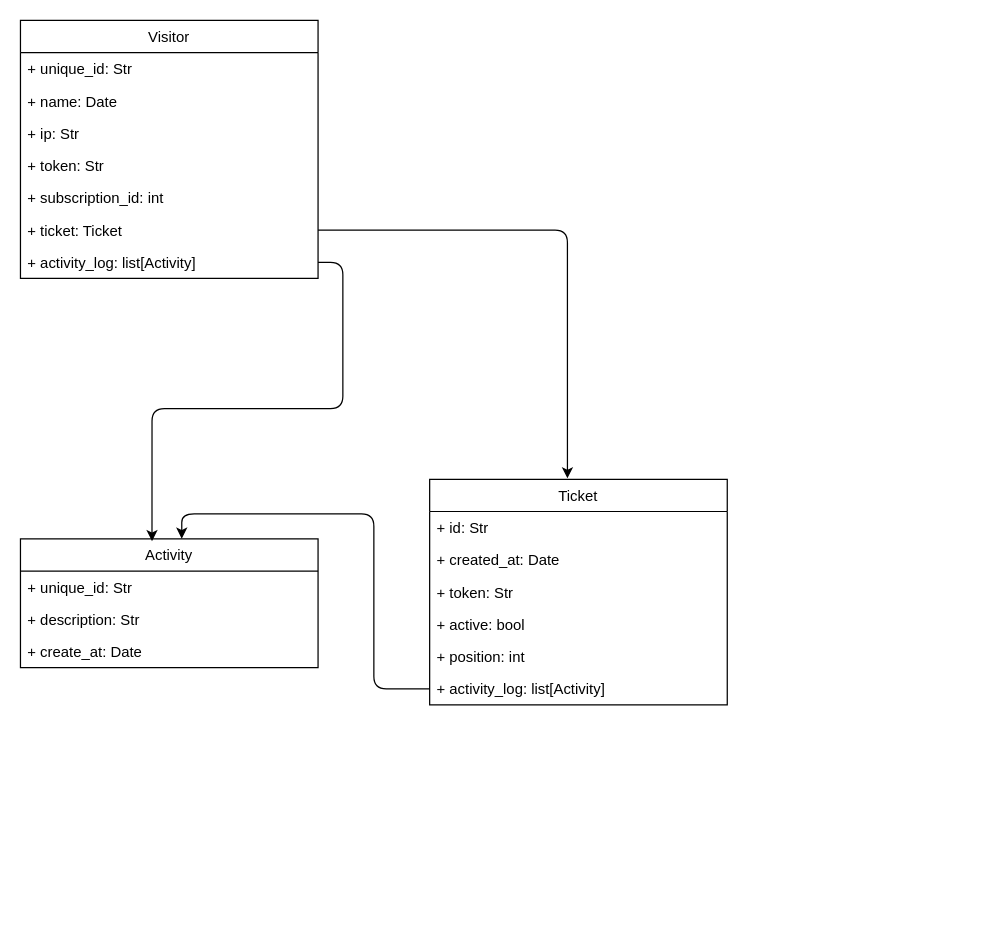
This is page "model: Visitor" (6 of 6) of docs/main.drawio from itay-bardugo/knocqueue, a draw.io file, before an edit. Source tidied: cells renumbered, new cells numbered last; positions are measured from the earlier drawing's top-left corner, leaving out a move shared by most shapes. Both pictures are drawn from the tidied source at 124%, with x=0, y=0 at pixel (20, 20).
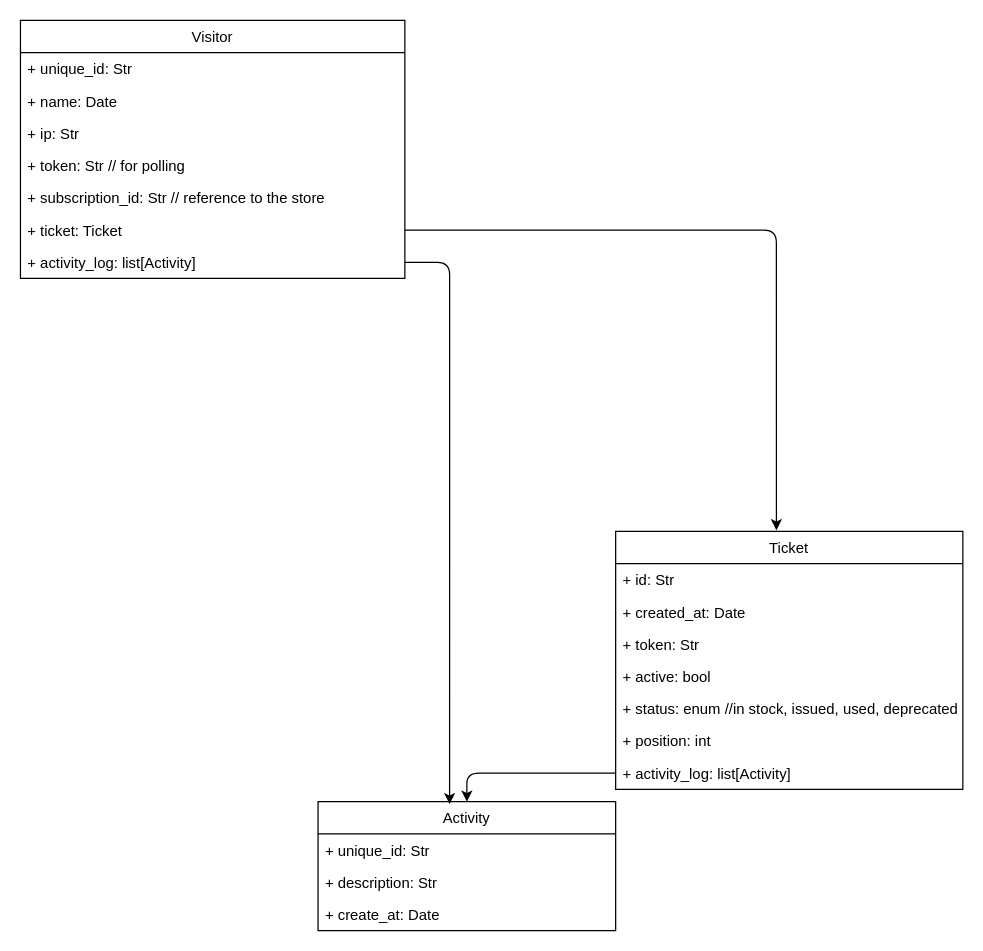
Above is the later version.

Change to the diagram source:
```diff
@@
     <mxCell id="2" value="Ticket" style="swimlane;fontStyle=0;horizontal=1;startSize=26;fillColor=none;" parent="1" vertex="1">
-      <mxGeometry x="330" y="370" width="240" height="182" as="geometry" />
+      <mxGeometry x="480" y="412" width="280" height="208" as="geometry" />
     </mxCell>
     <mxCell id="3" value="+ id: Str" style="text;strokeColor=none;fillColor=none;align=left;verticalAlign=top;spacingLeft=4;spacingRight=4;overflow=hidden;" parent="2" vertex="1">
-      <mxGeometry y="26" width="240" height="26" as="geometry" />
+      <mxGeometry y="26" width="280" height="26" as="geometry" />
     </mxCell>
     <mxCell id="4" value="+ created_at: Date" style="text;strokeColor=none;fillColor=none;align=left;verticalAlign=top;spacingLeft=4;spacingRight=4;overflow=hidden;" parent="2" vertex="1">
-      <mxGeometry y="52" width="240" height="26" as="geometry" />
+      <mxGeometry y="52" width="280" height="26" as="geometry" />
     </mxCell>
     <mxCell id="5" value="+ token: Str" style="text;strokeColor=none;fillColor=none;align=left;verticalAlign=top;spacingLeft=4;spacingRight=4;overflow=hidden;" parent="2" vertex="1">
-      <mxGeometry y="78" width="240" height="26" as="geometry" />
+      <mxGeometry y="78" width="280" height="26" as="geometry" />
     </mxCell>
     <mxCell id="6" value="+ active: bool" style="text;strokeColor=none;fillColor=none;align=left;verticalAlign=top;spacingLeft=4;spacingRight=4;overflow=hidden;" parent="2" vertex="1">
-      <mxGeometry y="104" width="240" height="26" as="geometry" />
+      <mxGeometry y="104" width="280" height="26" as="geometry" />
     </mxCell>
+    <mxCell id="24" value="+ status: enum //in stock, issued, used, deprecated" style="text;strokeColor=none;fillColor=none;align=left;verticalAlign=top;spacingLeft=4;spacingRight=4;overflow=hidden;" parent="2" vertex="1">
+      <mxGeometry y="130" width="280" height="26" as="geometry" />
+    </mxCell>
     <mxCell id="7" value="+ position: int" style="text;strokeColor=none;fillColor=none;align=left;verticalAlign=top;spacingLeft=4;spacingRight=4;overflow=hidden;" parent="2" vertex="1">
-      <mxGeometry y="130" width="240" height="26" as="geometry" />
+      <mxGeometry y="156" width="280" height="26" as="geometry" />
     </mxCell>
     <mxCell id="8" value="+ activity_log: list[Activity]&#10;" style="text;strokeColor=none;fillColor=none;align=left;verticalAlign=top;spacingLeft=4;spacingRight=4;overflow=hidden;points=[[0,0.5],[1,0.5]];portConstraint=eastwest;" parent="2" vertex="1">
-      <mxGeometry y="156" width="240" height="26" as="geometry" />
+      <mxGeometry y="182" width="280" height="26" as="geometry" />
     </mxCell>
     <mxCell id="9" value="Activity" style="swimlane;fontStyle=0;horizontal=1;startSize=26;fillColor=none;" parent="1" vertex="1">
-      <mxGeometry y="418" width="240" height="104" as="geometry" />
+      <mxGeometry x="240" y="630" width="240" height="104" as="geometry" />
     </mxCell>
@@
     <mxCell id="14" value="Visitor" style="swimlane;fontStyle=0;horizontal=1;startSize=26;fillColor=none;" parent="1" vertex="1">
-      <mxGeometry width="240" height="208" as="geometry" />
+      <mxGeometry width="310" height="208" as="geometry" />
     </mxCell>
     <mxCell id="15" value="+ unique_id: Str" style="text;strokeColor=none;fillColor=none;align=left;verticalAlign=top;spacingLeft=4;spacingRight=4;overflow=hidden;" parent="14" vertex="1">
-      <mxGeometry y="26" width="240" height="26" as="geometry" />
+      <mxGeometry y="26" width="310" height="26" as="geometry" />
     </mxCell>
     <mxCell id="16" value="+ name: Date" style="text;strokeColor=none;fillColor=none;align=left;verticalAlign=top;spacingLeft=4;spacingRight=4;overflow=hidden;" parent="14" vertex="1">
-      <mxGeometry y="52" width="240" height="26" as="geometry" />
+      <mxGeometry y="52" width="310" height="26" as="geometry" />
     </mxCell>
     <mxCell id="17" value="+ ip: Str" style="text;strokeColor=none;fillColor=none;align=left;verticalAlign=top;spacingLeft=4;spacingRight=4;overflow=hidden;" parent="14" vertex="1">
-      <mxGeometry y="78" width="240" height="26" as="geometry" />
+      <mxGeometry y="78" width="310" height="26" as="geometry" />
     </mxCell>
-    <mxCell id="18" value="+ token: Str" style="text;strokeColor=none;fillColor=none;align=left;verticalAlign=top;spacingLeft=4;spacingRight=4;overflow=hidden;" parent="14" vertex="1">
-      <mxGeometry y="104" width="240" height="26" as="geometry" />
+    <mxCell id="18" value="+ token: Str // for polling" style="text;strokeColor=none;fillColor=none;align=left;verticalAlign=top;spacingLeft=4;spacingRight=4;overflow=hidden;" parent="14" vertex="1">
+      <mxGeometry y="104" width="310" height="26" as="geometry" />
     </mxCell>
-    <mxCell id="19" value="+ subscription_id: int" style="text;strokeColor=none;fillColor=none;align=left;verticalAlign=top;spacingLeft=4;spacingRight=4;overflow=hidden;" parent="14" vertex="1">
-      <mxGeometry y="130" width="240" height="26" as="geometry" />
+    <mxCell id="19" value="+ subscription_id: Str // reference to the store" style="text;strokeColor=none;fillColor=none;align=left;verticalAlign=top;spacingLeft=4;spacingRight=4;overflow=hidden;" parent="14" vertex="1">
+      <mxGeometry y="130" width="310" height="26" as="geometry" />
     </mxCell>
     <mxCell id="20" value="+ ticket: Ticket" style="text;strokeColor=none;fillColor=none;align=left;verticalAlign=top;spacingLeft=4;spacingRight=4;overflow=hidden;points=[[0,0.5],[1,0.5]];portConstraint=eastwest;" parent="14" vertex="1">
-      <mxGeometry y="156" width="240" height="26" as="geometry" />
+      <mxGeometry y="156" width="310" height="26" as="geometry" />
     </mxCell>
     <mxCell id="21" value="+ activity_log: list[Activity]&#10;" style="text;strokeColor=none;fillColor=none;align=left;verticalAlign=top;spacingLeft=4;spacingRight=4;overflow=hidden;points=[[0,0.5],[1,0.5]];portConstraint=eastwest;" parent="14" vertex="1">
-      <mxGeometry y="182" width="240" height="26" as="geometry" />
+      <mxGeometry y="182" width="310" height="26" as="geometry" />
     </mxCell>
@@
-    <mxCell id="23" style="edgeStyle=orthogonalEdgeStyle;rounded=1;jettySize=auto;html=1;entryX=0.542;entryY=0;entryDx=0;entryDy=0;entryPerimeter=0;" parent="1" edge="1" source="8" target="9">
+    <mxCell id="23" style="edgeStyle=orthogonalEdgeStyle;rounded=1;jettySize=auto;html=1;exitX=0;exitY=0.5;exitDx=0;exitDy=0;entryX=0.5;entryY=0;entryDx=0;entryDy=0;" parent="1" edge="1" source="8" target="9">
       <mxGeometry relative="1" as="geometry" />
     </mxCell>
```
